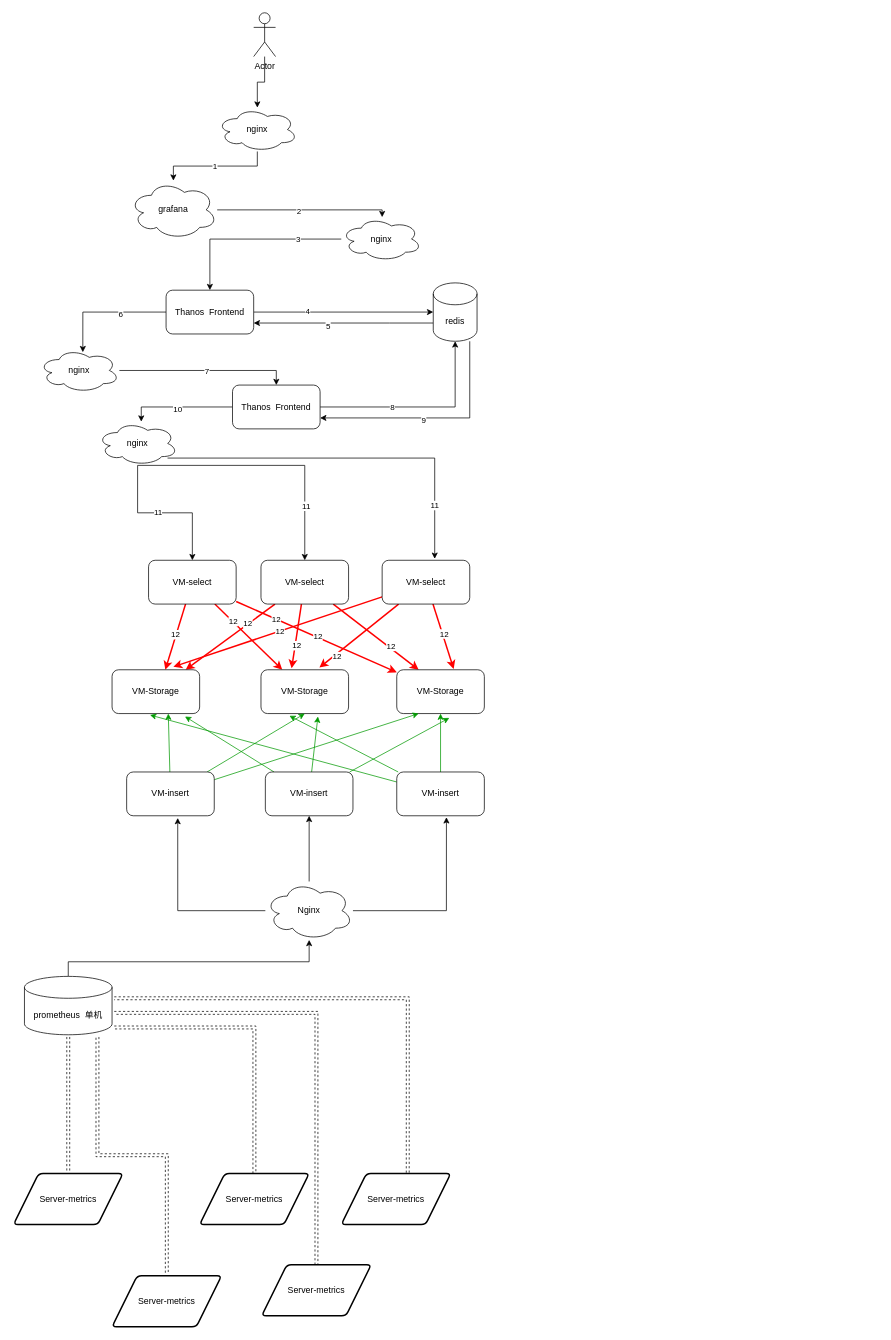
Earlier version of the draw.io diagram prometheus/prometheus高可用架构.drawio (rainycrying/drawio). Source tidied: cells renumbered, new cells numbered last; positions are measured from the earlier drawing's top-left corner, leaving out a move shared by most shapes. Both pictures are drawn from the tidied source at 73%, with x=0, y=0 at pixel (13, 12).
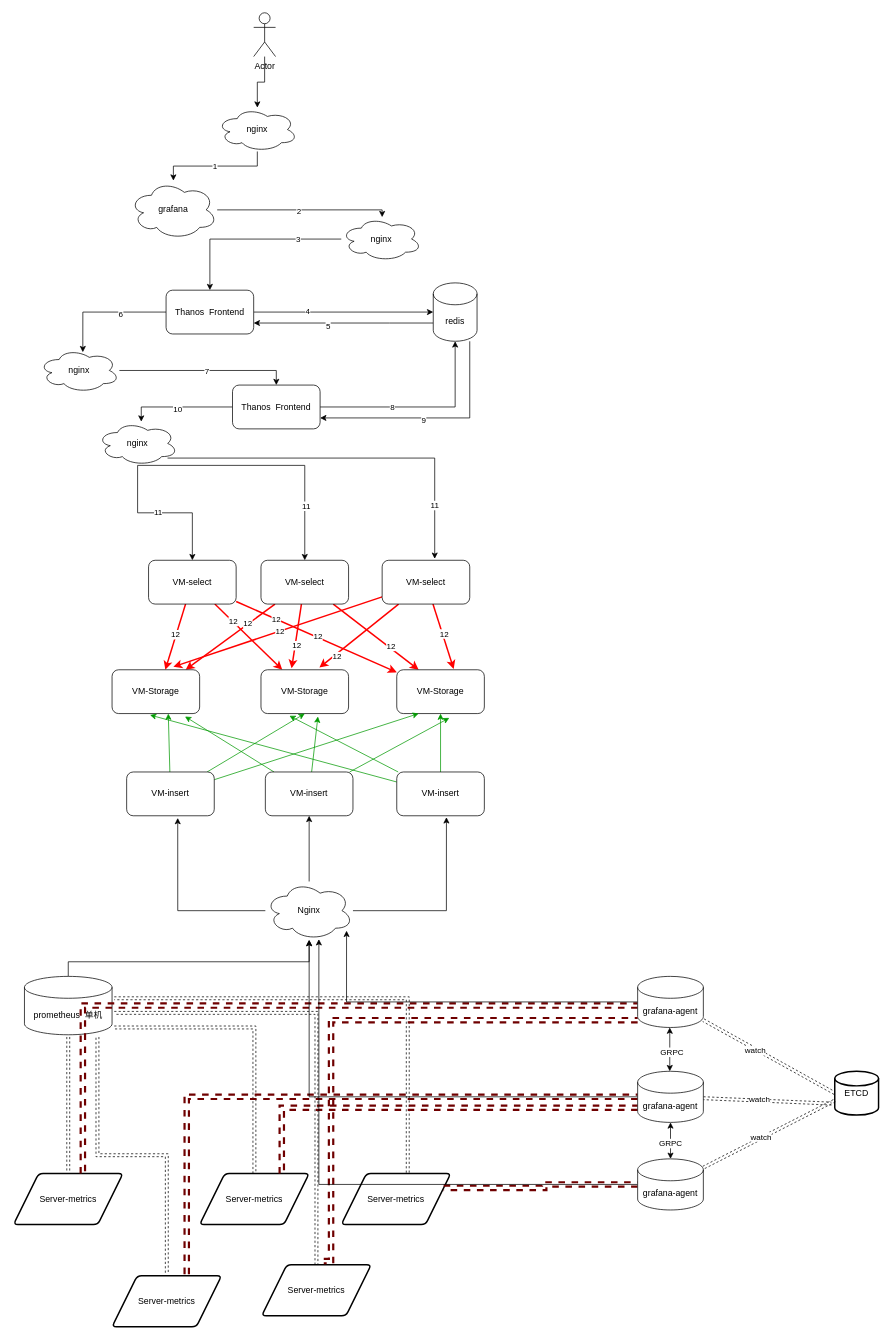
The same diagram, later.

Commit message:
更新grafana-agent高可用架构.drawio

The change refers to these unchanged cells:
```xml
<mxCell id="69" value="Nginx" style="ellipse;shape=cloud;whiteSpace=wrap;html=1;" parent="1" vertex="1">
  <mxGeometry x="345" y="1190" width="120" height="80" as="geometry" />
</mxCell>
<mxCell id="85" value="Server-metrics" style="shape=parallelogram;html=1;strokeWidth=2;perimeter=parallelogramPerimeter;whiteSpace=wrap;rounded=1;arcSize=12;size=0.23;" parent="1" vertex="1">
  <mxGeometry y="1590" width="150" height="70" as="geometry" />
</mxCell>
<mxCell id="86" value="Server-metrics" style="shape=parallelogram;html=1;strokeWidth=2;perimeter=parallelogramPerimeter;whiteSpace=wrap;rounded=1;arcSize=12;size=0.23;" parent="1" vertex="1">
  <mxGeometry x="255" y="1590" width="150" height="70" as="geometry" />
</mxCell>
<mxCell id="87" value="Server-metrics" style="shape=parallelogram;html=1;strokeWidth=2;perimeter=parallelogramPerimeter;whiteSpace=wrap;rounded=1;arcSize=12;size=0.23;" parent="1" vertex="1">
  <mxGeometry x="449" y="1590" width="150" height="70" as="geometry" />
</mxCell>
<mxCell id="88" value="Server-metrics" style="shape=parallelogram;html=1;strokeWidth=2;perimeter=parallelogramPerimeter;whiteSpace=wrap;rounded=1;arcSize=12;size=0.23;" parent="1" vertex="1">
  <mxGeometry x="135" y="1730" width="150" height="70" as="geometry" />
</mxCell>
```

Change to the diagram source:
```diff
@@
+    <mxCell id="90" style="edgeStyle=orthogonalEdgeStyle;rounded=0;orthogonalLoop=1;jettySize=auto;html=1;endArrow=classic;endFill=1;startArrow=classic;startFill=1;" parent="1" edge="1">
+      <mxGeometry relative="1" as="geometry">
+        <mxPoint x="899" y="1390" as="sourcePoint" />
+        <mxPoint x="899" y="1450" as="targetPoint" />
+        <Array as="points">
+          <mxPoint x="899" y="1430" />
+          <mxPoint x="899" y="1430" />
+        </Array>
+      </mxGeometry>
+    </mxCell>
+    <mxCell id="91" value="GRPC" style="edgeLabel;html=1;align=center;verticalAlign=middle;" parent="90" vertex="1">
+      <mxGeometry x="0.1" y="2" relative="1" as="geometry" />
+    </mxCell>
+    <mxCell id="92" style="rounded=0;jettySize=auto;html=1;entryX=0;entryY=0.5;entryDx=0;entryDy=0;entryPerimeter=0;dashed=1;shape=link;" parent="1" edge="1" source="97" target="98">
+      <mxGeometry relative="1" as="geometry" />
+    </mxCell>
+    <mxCell id="93" value="watch" style="edgeLabel;html=1;align=center;verticalAlign=middle;" parent="92" vertex="1">
+      <mxGeometry x="-0.1" y="4" relative="1" as="geometry">
+        <mxPoint x="-13" as="offset" />
+      </mxGeometry>
+    </mxCell>
+    <mxCell id="94" style="edgeStyle=orthogonalEdgeStyle;rounded=0;jettySize=auto;html=1;dashed=1;shape=link;fillColor=#a20025;strokeColor=#6F0000;strokeWidth=3;" parent="1" edge="1" source="97" target="85">
+      <mxGeometry relative="1" as="geometry">
+        <Array as="points">
+          <mxPoint x="95" y="1360" />
+        </Array>
+      </mxGeometry>
+    </mxCell>
+    <mxCell id="95" style="edgeStyle=orthogonalEdgeStyle;rounded=0;jettySize=auto;html=1;dashed=1;shape=link;fillColor=#a20025;strokeColor=#6F0000;strokeWidth=3;" parent="1" edge="1" source="97">
+      <mxGeometry relative="1" as="geometry">
+        <mxPoint x="425" y="1710" as="targetPoint" />
+        <Array as="points">
+          <mxPoint x="435" y="1380" />
+          <mxPoint x="435" y="1710" />
+        </Array>
+      </mxGeometry>
+    </mxCell>
+    <mxCell id="96" style="rounded=0;jettySize=auto;html=1;entryX=0.927;entryY=0.843;entryDx=0;entryDy=0;entryPerimeter=0;edgeStyle=orthogonalEdgeStyle;" parent="1" edge="1" source="97" target="69">
+      <mxGeometry relative="1" as="geometry" />
+    </mxCell>
+    <mxCell id="97" value="grafana-agent" style="shape=cylinder3;whiteSpace=wrap;html=1;boundedLbl=1;backgroundOutline=1;size=15;" parent="1" vertex="1">
+      <mxGeometry x="855" y="1320" width="90" height="70" as="geometry" />
+    </mxCell>
+    <mxCell id="98" value="ETCD" style="strokeWidth=2;html=1;shape=mxgraph.flowchart.database;whiteSpace=wrap;" parent="1" vertex="1">
+      <mxGeometry x="1125" y="1450" width="60" height="60" as="geometry" />
+    </mxCell>
+    <mxCell id="99" style="edgeStyle=orthogonalEdgeStyle;rounded=0;jettySize=auto;html=1;endArrow=classic;endFill=1;startArrow=classic;startFill=1;" parent="1" edge="1" source="106" target="111">
+      <mxGeometry relative="1" as="geometry" />
+    </mxCell>
+    <mxCell id="100" value="GRPC" style="edgeLabel;html=1;align=center;verticalAlign=middle;" parent="99" vertex="1">
+      <mxGeometry x="0.12" y="-1" relative="1" as="geometry" />
+    </mxCell>
+    <mxCell id="101" style="rounded=0;jettySize=auto;html=1;entryX=-0.075;entryY=0.738;entryDx=0;entryDy=0;entryPerimeter=0;dashed=1;shape=link;" parent="1" edge="1" source="106" target="98">
+      <mxGeometry relative="1" as="geometry" />
+    </mxCell>
+    <mxCell id="102" value="watch" style="edgeLabel;html=1;align=center;verticalAlign=middle;" parent="101" vertex="1">
+      <mxGeometry x="-0.14" y="2" relative="1" as="geometry" />
+    </mxCell>
+    <mxCell id="103" style="edgeStyle=orthogonalEdgeStyle;rounded=0;jettySize=auto;html=1;entryX=0.75;entryY=0;entryDx=0;entryDy=0;dashed=1;shape=link;fillColor=#a20025;strokeColor=#6F0000;strokeWidth=3;" parent="1" edge="1" source="106" target="86">
+      <mxGeometry relative="1" as="geometry">
+        <Array as="points">
+          <mxPoint x="368" y="1500" />
+        </Array>
+      </mxGeometry>
+    </mxCell>
+    <mxCell id="104" style="edgeStyle=orthogonalEdgeStyle;rounded=0;jettySize=auto;html=1;entryX=0.682;entryY=-0.029;entryDx=0;entryDy=0;entryPerimeter=0;dashed=1;shape=link;fillColor=#a20025;strokeColor=#6F0000;strokeWidth=3;" parent="1" edge="1" source="106" target="88">
+      <mxGeometry relative="1" as="geometry" />
+    </mxCell>
+    <mxCell id="105" style="rounded=0;jettySize=auto;html=1;edgeStyle=orthogonalEdgeStyle;" parent="1" edge="1" source="106" target="69">
+      <mxGeometry relative="1" as="geometry" />
+    </mxCell>
+    <mxCell id="106" value="grafana-agent" style="shape=cylinder3;whiteSpace=wrap;html=1;boundedLbl=1;backgroundOutline=1;size=15;" parent="1" vertex="1">
+      <mxGeometry x="855" y="1450" width="90" height="70" as="geometry" />
+    </mxCell>
+    <mxCell id="107" style="rounded=0;jettySize=auto;html=1;entryX=0;entryY=0.667;entryDx=0;entryDy=0;entryPerimeter=0;dashed=1;shape=link;" parent="1" edge="1" source="111" target="98">
+      <mxGeometry relative="1" as="geometry" />
+    </mxCell>
+    <mxCell id="108" value="watch" style="edgeLabel;html=1;align=center;verticalAlign=middle;" parent="107" vertex="1">
+      <mxGeometry x="-0.12" y="2" relative="1" as="geometry" />
+    </mxCell>
+    <mxCell id="109" style="edgeStyle=orthogonalEdgeStyle;rounded=0;jettySize=auto;html=1;entryX=1;entryY=0.25;entryDx=0;entryDy=0;dashed=1;shape=link;fillColor=#a20025;strokeColor=#6F0000;strokeWidth=3;" parent="1" edge="1" source="111" target="87">
+      <mxGeometry relative="1" as="geometry" />
+    </mxCell>
+    <mxCell id="110" style="rounded=0;jettySize=auto;html=1;entryX=0.611;entryY=0.988;entryDx=0;entryDy=0;entryPerimeter=0;edgeStyle=orthogonalEdgeStyle;" parent="1" edge="1" source="111" target="69">
+      <mxGeometry relative="1" as="geometry" />
+    </mxCell>
+    <mxCell id="111" value="grafana-agent" style="shape=cylinder3;whiteSpace=wrap;html=1;boundedLbl=1;backgroundOutline=1;size=15;" parent="1" vertex="1">
+      <mxGeometry x="855" y="1570" width="90" height="70" as="geometry" />
+    </mxCell>
```
